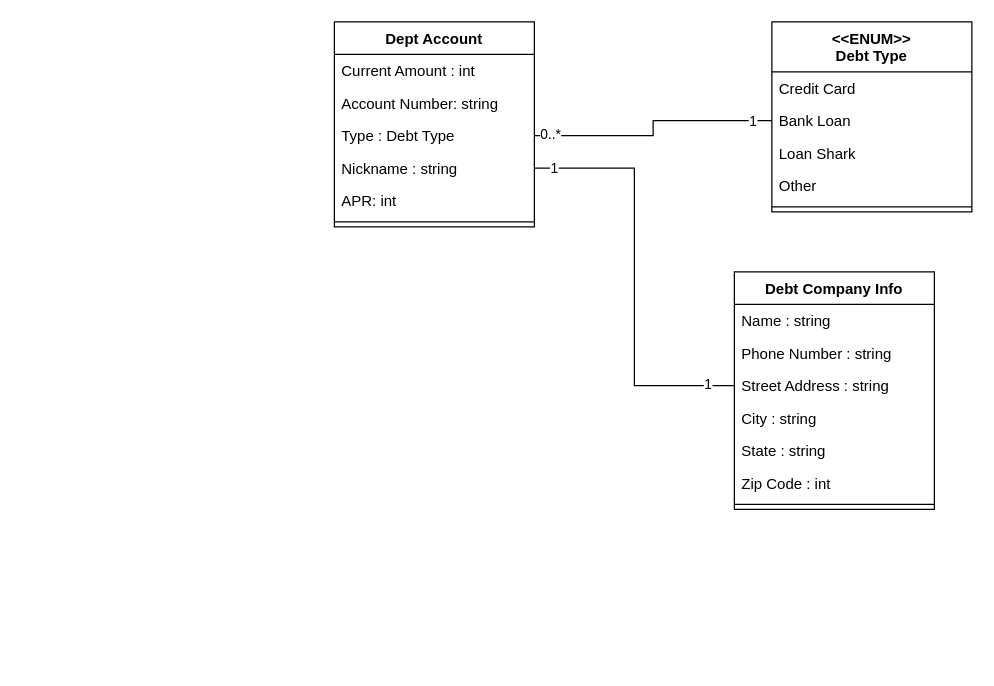
Before: Class Diagram.drawio in PatrickMcDougle/CSE682-Software-Engineering-Project, a draw.io diagram. Source tidied: cells renumbered, new cells numbered last; positions are measured from the earlier drawing's top-left corner, leaving out a move shared by most shapes. Both pictures are drawn from the tidied source at 125%, with x=0, y=0 at pixel (334, 21).
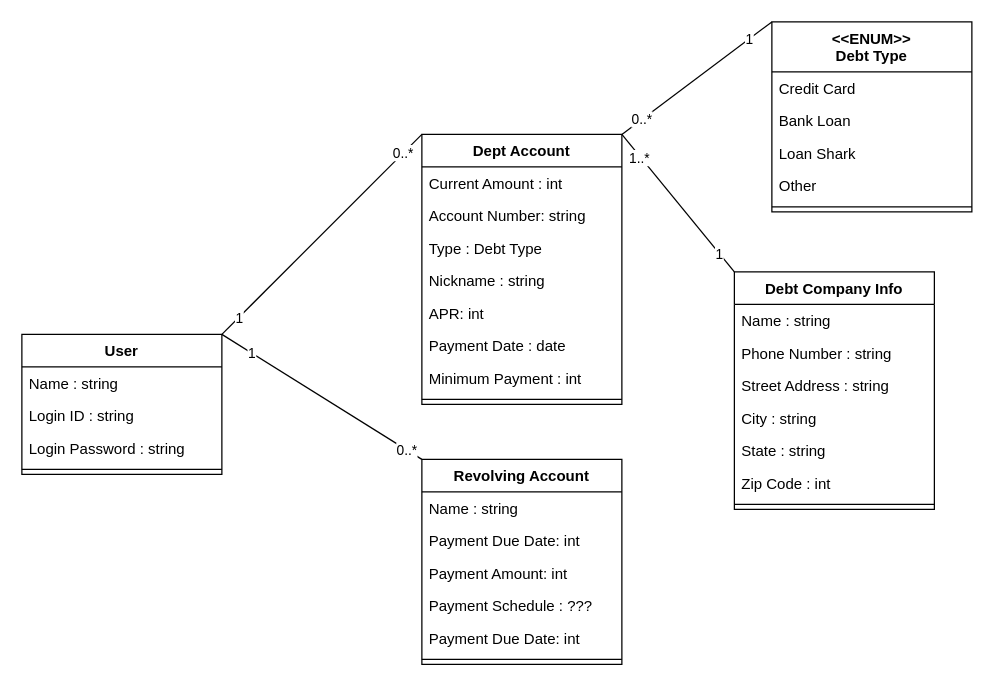
The same diagram, later.

Unchanged cells that the change refers to:
```xml
<mxCell id="2" value="Debt Company Info" style="swimlane;fontStyle=1;align=center;verticalAlign=top;horizontal=1;startSize=26;" parent="1" vertex="1">
  <mxGeometry x="320" y="200" width="160" height="190" as="geometry" />
</mxCell>
<mxCell id="5" value="Street Address : string" style="text;strokeColor=none;fillColor=none;align=left;verticalAlign=top;spacingLeft=4;spacingRight=4;overflow=hidden;points=[[0,0.5],[1,0.5]];portConstraint=eastwest;" parent="2" vertex="1">
  <mxGeometry y="78" width="160" height="26" as="geometry" />
</mxCell>
<mxCell id="13" value="Type : Debt Type" style="text;strokeColor=none;fillColor=none;align=left;verticalAlign=top;spacingLeft=4;spacingRight=4;overflow=hidden;points=[[0,0.5],[1,0.5]];portConstraint=eastwest;" parent="10" vertex="1">
  <mxGeometry y="78" width="160" height="26" as="geometry" />
</mxCell>
<mxCell id="14" value="Nickname : string" style="text;strokeColor=none;fillColor=none;align=left;verticalAlign=top;spacingLeft=4;spacingRight=4;overflow=hidden;points=[[0,0.5],[1,0.5]];portConstraint=eastwest;" parent="10" vertex="1">
  <mxGeometry y="104" width="160" height="26" as="geometry" />
</mxCell>
<mxCell id="17" value="&lt;&lt;ENUM&gt;&gt;&#10;Debt Type" style="swimlane;fontStyle=1;align=center;verticalAlign=top;horizontal=1;startSize=40;" parent="1" vertex="1">
  <mxGeometry x="350" width="160" height="152" as="geometry" />
</mxCell>
<mxCell id="19" value="Bank Loan" style="text;strokeColor=none;fillColor=none;align=left;verticalAlign=top;spacingLeft=4;spacingRight=4;overflow=hidden;points=[[0,0.5],[1,0.5]];portConstraint=eastwest;" parent="17" vertex="1">
  <mxGeometry y="66" width="160" height="26" as="geometry" />
</mxCell>
```

The edit, as a diff of the source:
```diff
@@
     <mxCell id="10" value="Dept Account" style="swimlane;fontStyle=1;align=center;verticalAlign=top;horizontal=1;startSize=26;" parent="1" vertex="1">
-      <mxGeometry width="160" height="164" as="geometry" />
+      <mxGeometry x="70" y="90" width="160" height="216" as="geometry" />
     </mxCell>
@@
+    <mxCell id="29" value="Payment Date : date" style="text;strokeColor=none;fillColor=none;align=left;verticalAlign=top;spacingLeft=4;spacingRight=4;overflow=hidden;" parent="10" vertex="1">
+      <mxGeometry y="156" width="160" height="26" as="geometry" />
+    </mxCell>
+    <mxCell id="30" value="Minimum Payment : int" style="text;strokeColor=none;fillColor=none;align=left;verticalAlign=top;spacingLeft=4;spacingRight=4;overflow=hidden;" parent="10" vertex="1">
+      <mxGeometry y="182" width="160" height="26" as="geometry" />
+    </mxCell>
     <mxCell id="16" style="line;strokeWidth=1;fillColor=none;align=left;verticalAlign=middle;spacingTop=-1;spacingLeft=3;spacingRight=3;labelPosition=right;" parent="10" vertex="1">
-      <mxGeometry y="156" width="160" height="8" as="geometry" />
+      <mxGeometry y="208" width="160" height="8" as="geometry" />
     </mxCell>
@@
-    <mxCell id="23" style="edgeStyle=orthogonalEdgeStyle;rounded=0;jettySize=auto;html=1;exitX=1;exitY=0.5;exitDx=0;exitDy=0;entryX=0;entryY=0.5;entryDx=0;entryDy=0;endArrow=none;endFill=0;" parent="1" edge="1" source="13" target="19">
-      <mxGeometry relative="1" as="geometry" />
-    </mxCell>
-    <mxCell id="24" value="0..*" style="edgeLabel;html=1;align=center;verticalAlign=middle;" parent="23" vertex="1">
-      <mxGeometry x="-0.88" y="2" relative="1" as="geometry" />
-    </mxCell>
-    <mxCell id="25" value="1&lt;br&gt;" style="edgeLabel;html=1;align=center;verticalAlign=middle;" parent="23" vertex="1">
-      <mxGeometry x="0.84" relative="1" as="geometry" />
-    </mxCell>
-    <mxCell id="26" style="edgeStyle=orthogonalEdgeStyle;rounded=0;jettySize=auto;html=1;exitX=1;exitY=0.5;exitDx=0;exitDy=0;entryX=0;entryY=0.5;entryDx=0;entryDy=0;endArrow=none;endFill=0;" parent="1" edge="1" source="14" target="5">
-      <mxGeometry relative="1" as="geometry" />
-    </mxCell>
-    <mxCell id="27" value="1" style="edgeLabel;html=1;align=center;verticalAlign=middle;" parent="26" vertex="1">
-      <mxGeometry x="0.87" y="2" relative="1" as="geometry" />
-    </mxCell>
-    <mxCell id="28" value="1&lt;br&gt;" style="edgeLabel;html=1;align=center;verticalAlign=middle;" parent="26" vertex="1">
-      <mxGeometry x="-0.91" y="1" relative="1" as="geometry" />
-    </mxCell>
+    <mxCell id="31" value="Revolving Account" style="swimlane;fontStyle=1;align=center;verticalAlign=top;horizontal=1;startSize=26;" parent="1" vertex="1">
+      <mxGeometry x="70" y="350" width="160" height="164" as="geometry" />
+    </mxCell>
+    <mxCell id="32" value="Name : string" style="text;strokeColor=none;fillColor=none;align=left;verticalAlign=top;spacingLeft=4;spacingRight=4;overflow=hidden;" parent="31" vertex="1">
+      <mxGeometry y="26" width="160" height="26" as="geometry" />
+    </mxCell>
+    <mxCell id="33" value="Payment Due Date: int" style="text;strokeColor=none;fillColor=none;align=left;verticalAlign=top;spacingLeft=4;spacingRight=4;overflow=hidden;" parent="31" vertex="1">
+      <mxGeometry y="52" width="160" height="26" as="geometry" />
+    </mxCell>
+    <mxCell id="34" value="Payment Amount: int" style="text;strokeColor=none;fillColor=none;align=left;verticalAlign=top;spacingLeft=4;spacingRight=4;overflow=hidden;" parent="31" vertex="1">
+      <mxGeometry y="78" width="160" height="26" as="geometry" />
+    </mxCell>
+    <mxCell id="35" value="Payment Schedule : ???" style="text;strokeColor=none;fillColor=none;align=left;verticalAlign=top;spacingLeft=4;spacingRight=4;overflow=hidden;" parent="31" vertex="1">
+      <mxGeometry y="104" width="160" height="26" as="geometry" />
+    </mxCell>
+    <mxCell id="36" value="Payment Due Date: int" style="text;strokeColor=none;fillColor=none;align=left;verticalAlign=top;spacingLeft=4;spacingRight=4;overflow=hidden;" parent="31" vertex="1">
+      <mxGeometry y="130" width="160" height="26" as="geometry" />
+    </mxCell>
+    <mxCell id="37" style="line;strokeWidth=1;fillColor=none;align=left;verticalAlign=middle;spacingTop=-1;spacingLeft=3;spacingRight=3;labelPosition=right;" parent="31" vertex="1">
+      <mxGeometry y="156" width="160" height="8" as="geometry" />
+    </mxCell>
+    <mxCell id="38" value="User" style="swimlane;fontStyle=1;align=center;verticalAlign=top;horizontal=1;startSize=26;" parent="1" vertex="1">
+      <mxGeometry x="-250" y="250" width="160" height="112" as="geometry" />
+    </mxCell>
+    <mxCell id="39" value="Name : string" style="text;strokeColor=none;fillColor=none;align=left;verticalAlign=top;spacingLeft=4;spacingRight=4;overflow=hidden;" parent="38" vertex="1">
+      <mxGeometry y="26" width="160" height="26" as="geometry" />
+    </mxCell>
+    <mxCell id="40" value="Login ID : string" style="text;strokeColor=none;fillColor=none;align=left;verticalAlign=top;spacingLeft=4;spacingRight=4;overflow=hidden;" parent="38" vertex="1">
+      <mxGeometry y="52" width="160" height="26" as="geometry" />
+    </mxCell>
+    <mxCell id="41" value="Login Password : string" style="text;strokeColor=none;fillColor=none;align=left;verticalAlign=top;spacingLeft=4;spacingRight=4;overflow=hidden;" parent="38" vertex="1">
+      <mxGeometry y="78" width="160" height="26" as="geometry" />
+    </mxCell>
+    <mxCell id="42" style="line;strokeWidth=1;fillColor=none;align=left;verticalAlign=middle;spacingTop=-1;spacingLeft=3;spacingRight=3;labelPosition=right;" parent="38" vertex="1">
+      <mxGeometry y="104" width="160" height="8" as="geometry" />
+    </mxCell>
+    <mxCell id="43" style="endArrow=none;html=1;exitX=1;exitY=0;exitDx=0;exitDy=0;entryX=0;entryY=0;entryDx=0;entryDy=0;" parent="1" edge="1" source="38" target="10">
+      <mxGeometry relative="1" as="geometry" />
+    </mxCell>
+    <mxCell id="44" value="1" style="edgeLabel;html=1;align=center;verticalAlign=middle;" parent="43" vertex="1">
+      <mxGeometry x="-0.83" relative="1" as="geometry" />
+    </mxCell>
+    <mxCell id="45" value="0..*" style="edgeLabel;html=1;align=center;verticalAlign=middle;" parent="43" vertex="1">
+      <mxGeometry x="0.81" relative="1" as="geometry">
+        <mxPoint y="-1" as="offset" />
+      </mxGeometry>
+    </mxCell>
+    <mxCell id="46" style="endArrow=none;html=1;exitX=1;exitY=0;exitDx=0;exitDy=0;entryX=0;entryY=0;entryDx=0;entryDy=0;" parent="1" edge="1" source="38" target="31">
+      <mxGeometry relative="1" as="geometry" />
+    </mxCell>
+    <mxCell id="47" value="1" style="edgeLabel;html=1;align=center;verticalAlign=middle;" parent="46" vertex="1">
+      <mxGeometry x="-0.7" relative="1" as="geometry" />
+    </mxCell>
+    <mxCell id="48" value="0..*" style="edgeLabel;html=1;align=center;verticalAlign=middle;" parent="46" vertex="1">
+      <mxGeometry x="0.84" relative="1" as="geometry" />
+    </mxCell>
+    <mxCell id="49" style="endArrow=none;html=1;exitX=1;exitY=0;exitDx=0;exitDy=0;entryX=0;entryY=0;entryDx=0;entryDy=0;" parent="1" edge="1" source="10" target="17">
+      <mxGeometry relative="1" as="geometry" />
+    </mxCell>
+    <mxCell id="50" value="1" style="edgeLabel;html=1;align=center;verticalAlign=middle;" parent="49" vertex="1">
+      <mxGeometry x="0.69" relative="1" as="geometry" />
+    </mxCell>
+    <mxCell id="51" value="0..*" style="edgeLabel;html=1;align=center;verticalAlign=middle;" parent="49" vertex="1">
+      <mxGeometry x="-0.74" y="1" relative="1" as="geometry" />
+    </mxCell>
+    <mxCell id="52" style="endArrow=none;html=1;entryX=0;entryY=0;entryDx=0;entryDy=0;exitX=1;exitY=0;exitDx=0;exitDy=0;" parent="1" edge="1" source="10" target="2">
+      <mxGeometry relative="1" as="geometry" />
+    </mxCell>
+    <mxCell id="53" value="1" style="edgeLabel;html=1;align=center;verticalAlign=middle;" parent="52" vertex="1">
+      <mxGeometry x="0.72" y="-1" relative="1" as="geometry">
+        <mxPoint x="1" as="offset" />
+      </mxGeometry>
+    </mxCell>
+    <mxCell id="54" value="1..*" style="edgeLabel;html=1;align=center;verticalAlign=middle;" parent="52" vertex="1">
+      <mxGeometry x="-0.67" y="-1" relative="1" as="geometry" />
+    </mxCell>
```
